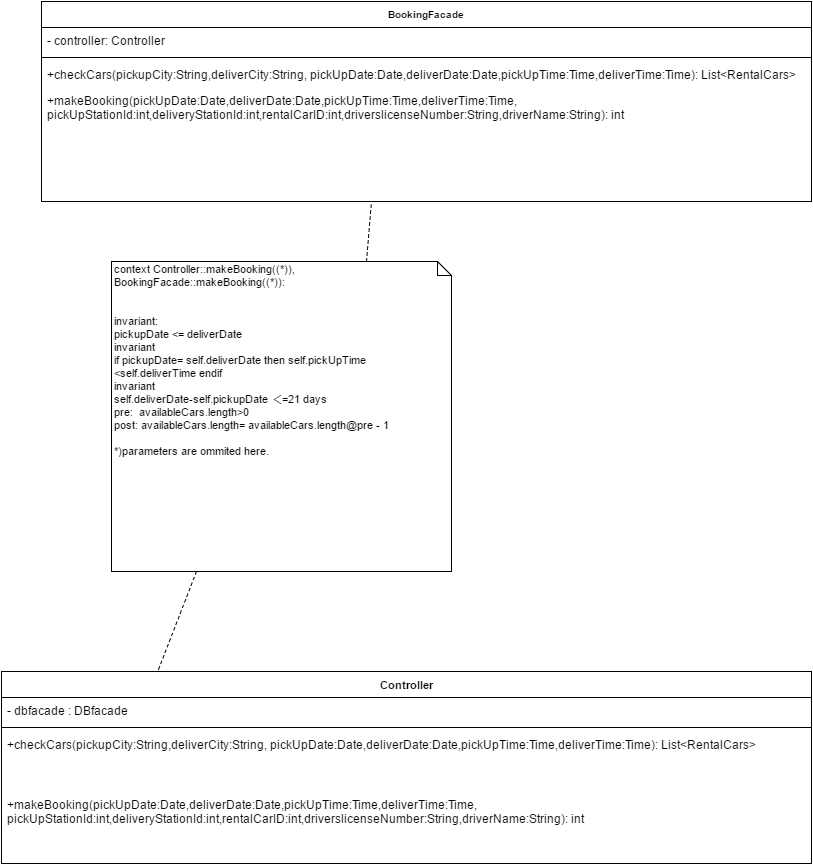
Earlier version of the draw.io export images/ControllerDiagram.png (tompet815/Contract_Viking). Source tidied: cells renumbered, new cells last; positions are measured from the earlier drawing's top-left corner, leaving out a move shared by most shapes. The source it was exported from:
```xml
<mxGraphModel>
  <root>
    <mxCell id="0" />
    <mxCell id="1" parent="0" />
    <mxCell id="2" value="Controller" style="swimlane;html=1;fontStyle=1;align=center;verticalAlign=top;horizontal=1;startSize=26;swimlaneFillColor=#ffffff;labelBackgroundColor=none;strokeColor=#000000;strokeWidth=1;fillColor=#ffffff;gradientColor=none;fontSize=11;fontColor=#000000;" parent="1" vertex="1">
      <mxGeometry y="670" width="810" height="192" as="geometry" />
    </mxCell>
    <mxCell id="3" value="- dbfacade : DBfacade" style="text;html=1;strokeColor=none;fillColor=none;align=left;verticalAlign=top;spacingLeft=4;spacingRight=4;whiteSpace=wrap;overflow=hidden;" parent="2" vertex="1">
      <mxGeometry y="26" width="810" height="26" as="geometry" />
    </mxCell>
    <mxCell id="4" style="line;html=1;strokeWidth=1;fillColor=none;align=left;verticalAlign=middle;spacingTop=-1;spacingLeft=3;spacingRight=3;labelPosition=right;" parent="2" vertex="1">
      <mxGeometry y="52" width="810" height="8" as="geometry" />
    </mxCell>
    <mxCell id="5" value="+checkCars(pickupCity:String,deliverCity:String, pickUp&lt;span&gt;Date:Date,deliverDate:Date,pickUpTime:Time,deliverTime:Time&lt;/span&gt;&lt;span&gt;): List&amp;lt;RentalCars&amp;gt;&lt;/span&gt;" style="text;html=1;strokeColor=none;fillColor=none;align=left;verticalAlign=top;spacingLeft=4;spacingRight=4;whiteSpace=wrap;overflow=hidden;" parent="2" vertex="1">
      <mxGeometry y="60" width="810" height="60" as="geometry" />
    </mxCell>
    <mxCell id="6" value="+makeBooking(pickUp&lt;span&gt;Date:Date,deliverDate:Date,pickUpTime:Time,deliverTime:Time,&lt;/span&gt;&lt;div&gt;&lt;span&gt;pickUpStationId:int,deliveryStationId:int,rentalCarID:int,driverslicenseNumber:String,driverName:String&lt;/span&gt;): int&lt;/div&gt;" style="text;html=1;strokeColor=none;fillColor=none;align=left;verticalAlign=top;spacingLeft=4;spacingRight=4;whiteSpace=wrap;overflow=hidden;" parent="2" vertex="1">
      <mxGeometry y="120" width="810" height="60" as="geometry" />
    </mxCell>
    <mxCell id="7" value="context Controller::makeBooking((*)), BookingFacade::makeBooking((*)):&amp;nbsp;&lt;div&gt;&lt;br&gt;&lt;/div&gt;&lt;div&gt;&lt;br&gt;&lt;/div&gt;&lt;div&gt;invariant:&lt;div&gt;pickupDate &amp;lt;= deliverDate&lt;div&gt;invariant&lt;br&gt;if pickupDate= self.deliverDate&amp;nbsp;then self.pickUpTime &amp;lt;self.deliverTime endif&lt;br&gt;&lt;/div&gt;&lt;div&gt;invariant&lt;/div&gt;&lt;div&gt;self.deliverDate-self.pickupDate ＜=21 days&lt;/div&gt;&lt;/div&gt;&lt;div&gt;pre: &amp;nbsp;availableCars.length&amp;gt;0&lt;/div&gt;&lt;div&gt;post: availableCars.length= availableCars.length@pre - 1&lt;/div&gt;&lt;div&gt;&lt;br&gt;*)parameters are ommited here.&lt;/div&gt;&lt;/div&gt;" style="shape=note;whiteSpace=wrap;html=1;size=14;verticalAlign=top;align=left;spacingTop=-6;labelBackgroundColor=none;strokeColor=#000000;strokeWidth=1;fillColor=#ffffff;gradientColor=none;fontSize=11;fontColor=#000000;" parent="1" vertex="1">
      <mxGeometry x="110" y="260" width="340" height="310" as="geometry" />
    </mxCell>
    <mxCell id="8" value="BookingFacade" style="swimlane;html=1;fontStyle=1;align=center;verticalAlign=top;horizontal=1;startSize=26;swimlaneFillColor=#ffffff;labelBackgroundColor=none;strokeColor=#000000;strokeWidth=1;fillColor=#ffffff;gradientColor=none;fontSize=10;fontColor=#000000;" parent="1" vertex="1">
      <mxGeometry x="40" width="770" height="200" as="geometry" />
    </mxCell>
    <mxCell id="9" value="- controller: Controller" style="text;html=1;strokeColor=none;fillColor=none;align=left;verticalAlign=top;spacingLeft=4;spacingRight=4;whiteSpace=wrap;overflow=hidden;" parent="8" vertex="1">
      <mxGeometry y="26" width="770" height="26" as="geometry" />
    </mxCell>
    <mxCell id="10" style="line;html=1;strokeWidth=1;fillColor=none;align=left;verticalAlign=middle;spacingTop=-1;spacingLeft=3;spacingRight=3;labelPosition=right;" parent="8" vertex="1">
      <mxGeometry y="52" width="770" height="8" as="geometry" />
    </mxCell>
    <mxCell id="11" value="+checkCars(pickupCity:String,deliverCity:String, pickUpDate:Date,deliverDate:Date,pickUpTime:Time,deliverTime:Time): List&amp;lt;RentalCars&amp;gt;" style="text;html=1;strokeColor=none;fillColor=none;align=left;verticalAlign=top;spacingLeft=4;spacingRight=4;whiteSpace=wrap;overflow=hidden;" parent="8" vertex="1">
      <mxGeometry y="60" width="770" height="26" as="geometry" />
    </mxCell>
    <mxCell id="12" value="+makeBooking(pickUp&lt;span&gt;Date:Date,deliverDate:Date,pickUpTime:Time,deliverTime:Time,&lt;/span&gt;&lt;div&gt;&lt;span&gt;pickUpStationId:int,deliveryStationId:int,rentalCarID:int,driverslicenseNumber:String,driverName:String&lt;/span&gt;): int&lt;/div&gt;" style="text;html=1;strokeColor=none;fillColor=none;align=left;verticalAlign=top;spacingLeft=4;spacingRight=4;whiteSpace=wrap;overflow=hidden;" parent="8" vertex="1">
      <mxGeometry y="86" width="770" height="60" as="geometry" />
    </mxCell>
    <mxCell id="13" style="edgeStyle=none;html=1;exitX=0.75;exitY=0;startArrow=none;startFill=0;endArrow=none;endFill=0;jettySize=auto;strokeColor=#000000;fontSize=10;fontColor=#000000;dashed=1;" parent="1" edge="1" source="7">
      <mxGeometry relative="1" as="geometry">
        <mxPoint x="370" y="200" as="targetPoint" />
      </mxGeometry>
    </mxCell>
    <mxCell id="14" style="edgeStyle=none;html=1;exitX=0.25;exitY=1;entryX=0.194;entryY=-0.01;entryPerimeter=0;dashed=1;startArrow=none;startFill=0;endArrow=none;endFill=0;jettySize=auto;strokeColor=#000000;fontSize=10;fontColor=#000000;" parent="1" edge="1" source="7" target="2">
      <mxGeometry relative="1" as="geometry" />
    </mxCell>
  </root>
</mxGraphModel>
```
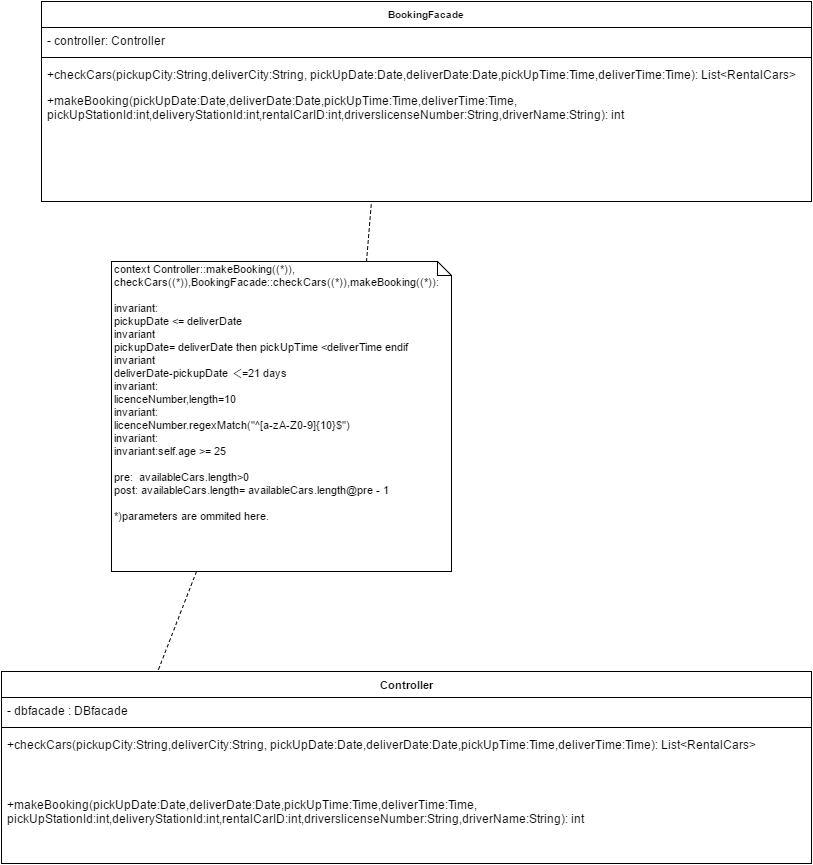
After the commit.

Diff of the diagram source:
```diff
@@ -17,7 +17,7 @@
     <mxCell id="6" value="+makeBooking(pickUp&lt;span&gt;Date:Date,deliverDate:Date,pickUpTime:Time,deliverTime:Time,&lt;/span&gt;&lt;div&gt;&lt;span&gt;pickUpStationId:int,deliveryStationId:int,rentalCarID:int,driverslicenseNumber:String,driverName:String&lt;/span&gt;): int&lt;/div&gt;" style="text;html=1;strokeColor=none;fillColor=none;align=left;verticalAlign=top;spacingLeft=4;spacingRight=4;whiteSpace=wrap;overflow=hidden;" parent="2" vertex="1">
       <mxGeometry y="120" width="810" height="60" as="geometry" />
     </mxCell>
-    <mxCell id="7" value="context Controller::makeBooking((*)), BookingFacade::makeBooking((*)):&amp;nbsp;&lt;div&gt;&lt;br&gt;&lt;/div&gt;&lt;div&gt;&lt;br&gt;&lt;/div&gt;&lt;div&gt;invariant:&lt;div&gt;pickupDate &amp;lt;= deliverDate&lt;div&gt;invariant&lt;br&gt;if pickupDate= self.deliverDate&amp;nbsp;then self.pickUpTime &amp;lt;self.deliverTime endif&lt;br&gt;&lt;/div&gt;&lt;div&gt;invariant&lt;/div&gt;&lt;div&gt;self.deliverDate-self.pickupDate ＜=21 days&lt;/div&gt;&lt;/div&gt;&lt;div&gt;pre: &amp;nbsp;availableCars.length&amp;gt;0&lt;/div&gt;&lt;div&gt;post: availableCars.length= availableCars.length@pre - 1&lt;/div&gt;&lt;div&gt;&lt;br&gt;*)parameters are ommited here.&lt;/div&gt;&lt;/div&gt;" style="shape=note;whiteSpace=wrap;html=1;size=14;verticalAlign=top;align=left;spacingTop=-6;labelBackgroundColor=none;strokeColor=#000000;strokeWidth=1;fillColor=#ffffff;gradientColor=none;fontSize=11;fontColor=#000000;" parent="1" vertex="1">
+    <mxCell id="7" value="context Controller::makeBooking((*)), checkCars((*)),BookingFacade::checkCars((*)),makeBooking((*)):&amp;nbsp;&lt;div&gt;&lt;br&gt;&lt;/div&gt;&lt;div&gt;invariant:&lt;div&gt;pickupDate &amp;lt;= deliverDate&lt;div&gt;invariant&lt;br&gt;pickupDate= deliverDate&amp;nbsp;then pickUpTime &amp;lt;deliverTime endif&lt;br&gt;&lt;/div&gt;&lt;div&gt;invariant&lt;/div&gt;&lt;div&gt;deliverDate-pickupDate ＜=21 days&lt;/div&gt;&lt;/div&gt;&lt;div&gt;&lt;div&gt;invariant:&amp;nbsp;&lt;/div&gt;&lt;div&gt;licenceNumber,length=10&lt;div&gt;invariant:&amp;nbsp;&lt;/div&gt;&lt;div&gt;licenceNumber.regexMatch(&quot;^[a-zA-Z0-9]{10}$&quot;)&lt;/div&gt;&lt;div&gt;invariant:&amp;nbsp;&lt;/div&gt;&lt;div&gt;&lt;span&gt;invariant:self.age &amp;gt;= 25&lt;/span&gt;&lt;/div&gt;&lt;div&gt;&lt;span&gt;&lt;br&gt;&lt;/span&gt;&lt;/div&gt;&lt;div&gt;&lt;span&gt;pre: &amp;nbsp;availableCars.length&amp;gt;0&lt;/span&gt;&lt;br&gt;&lt;/div&gt;&lt;/div&gt;&lt;/div&gt;&lt;div&gt;post: availableCars.length= availableCars.length@pre - 1&lt;/div&gt;&lt;div&gt;&lt;br&gt;*)parameters are ommited here.&lt;/div&gt;&lt;/div&gt;" style="shape=note;whiteSpace=wrap;html=1;size=14;verticalAlign=top;align=left;spacingTop=-6;labelBackgroundColor=none;strokeColor=#000000;strokeWidth=1;fillColor=#ffffff;gradientColor=none;fontSize=11;fontColor=#000000;" parent="1" vertex="1">
       <mxGeometry x="110" y="260" width="340" height="310" as="geometry" />
     </mxCell>
     <mxCell id="8" value="BookingFacade" style="swimlane;html=1;fontStyle=1;align=center;verticalAlign=top;horizontal=1;startSize=26;swimlaneFillColor=#ffffff;labelBackgroundColor=none;strokeColor=#000000;strokeWidth=1;fillColor=#ffffff;gradientColor=none;fontSize=10;fontColor=#000000;" parent="1" vertex="1">
```
